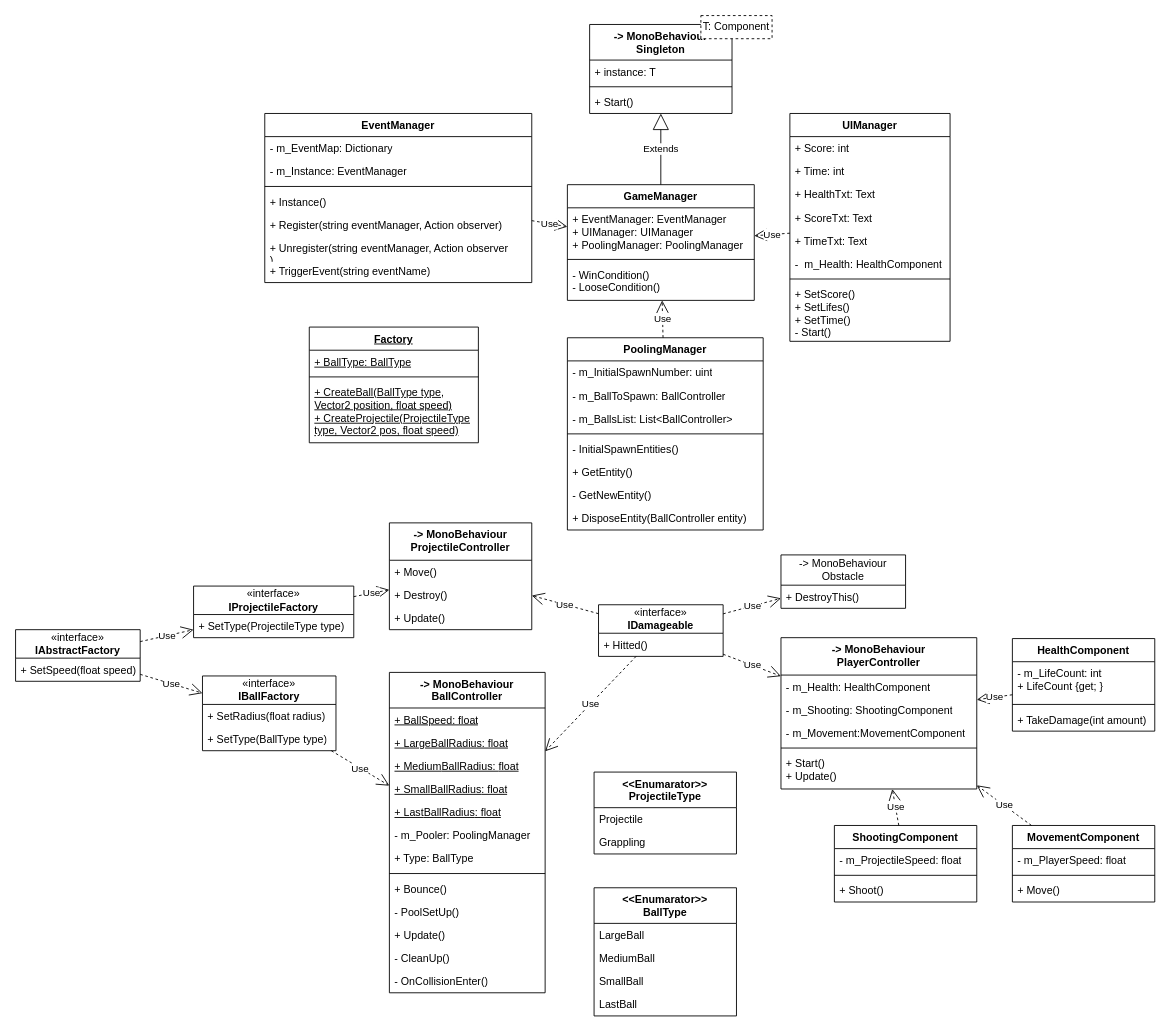
Before: Assets/Pang UML.drawio in AlbertiJacopo/Pang-remake, a draw.io diagram. Source tidied: cells renumbered, new cells numbered last; positions are measured from the earlier drawing's top-left corner, leaving out a move shared by most shapes. Both pictures are drawn from the tidied source at 89%, with x=0, y=0 at pixel (15, 15).
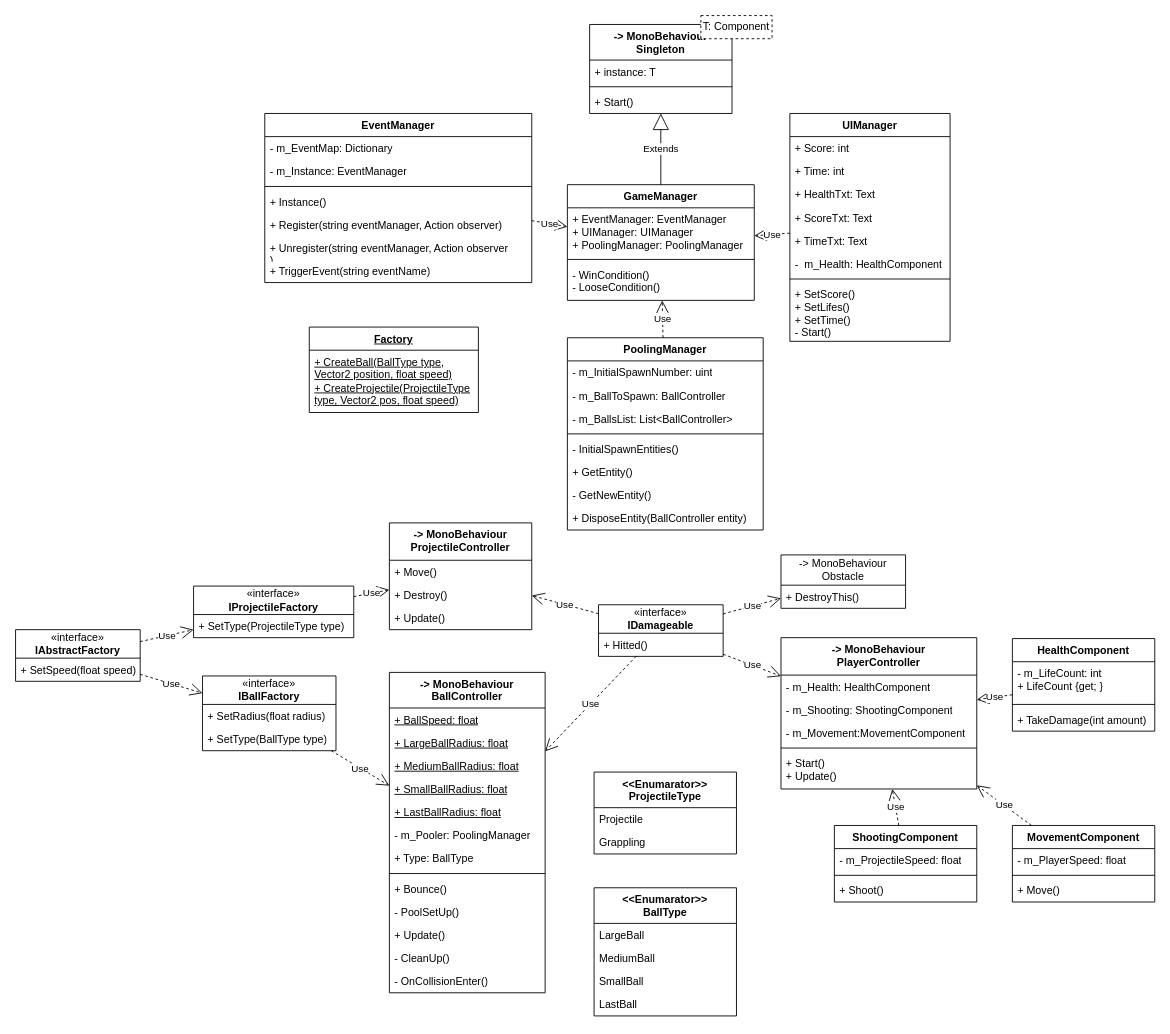
The same diagram, later.

Change to the diagram source:
```diff
@@
     <mxCell id="107" value="&lt;u&gt;Factory&lt;/u&gt;" style="swimlane;fontStyle=1;align=center;verticalAlign=top;horizontal=1;startSize=26;whiteSpace=wrap;html=1;" parent="1" vertex="1">
-      <mxGeometry x="330" y="350" width="190" height="130" as="geometry" />
+      <mxGeometry x="330" y="350" width="190" height="96" as="geometry" />
     </mxCell>
-    <mxCell id="108" value="&lt;u&gt;+ BallType:&amp;nbsp;&lt;/u&gt;&lt;u&gt;BallType&lt;/u&gt;" style="text;strokeColor=none;fillColor=none;align=left;verticalAlign=top;spacingLeft=4;spacingRight=4;overflow=hidden;whiteSpace=wrap;html=1;" parent="107" vertex="1">
-      <mxGeometry y="26" width="190" height="26" as="geometry" />
-    </mxCell>
-    <mxCell id="109" style="line;strokeWidth=1;fillColor=none;align=left;verticalAlign=middle;spacingTop=-1;spacingLeft=3;spacingRight=3;labelPosition=right;strokeColor=inherit;" parent="107" vertex="1">
-      <mxGeometry y="52" width="190" height="8" as="geometry" />
-    </mxCell>
     <mxCell id="110" value="&lt;u&gt;+ CreateBall(BallType type, Vector2 position, float speed)&lt;br&gt;+ CreateProjectile(ProjectileType type, Vector2 pos, float speed)&lt;br&gt;&lt;/u&gt;" style="text;strokeColor=none;fillColor=none;align=left;verticalAlign=top;spacingLeft=4;spacingRight=4;overflow=hidden;whiteSpace=wrap;html=1;" parent="107" vertex="1">
-      <mxGeometry y="60" width="190" height="70" as="geometry" />
+      <mxGeometry y="26" width="190" height="70" as="geometry" />
     </mxCell>
```
